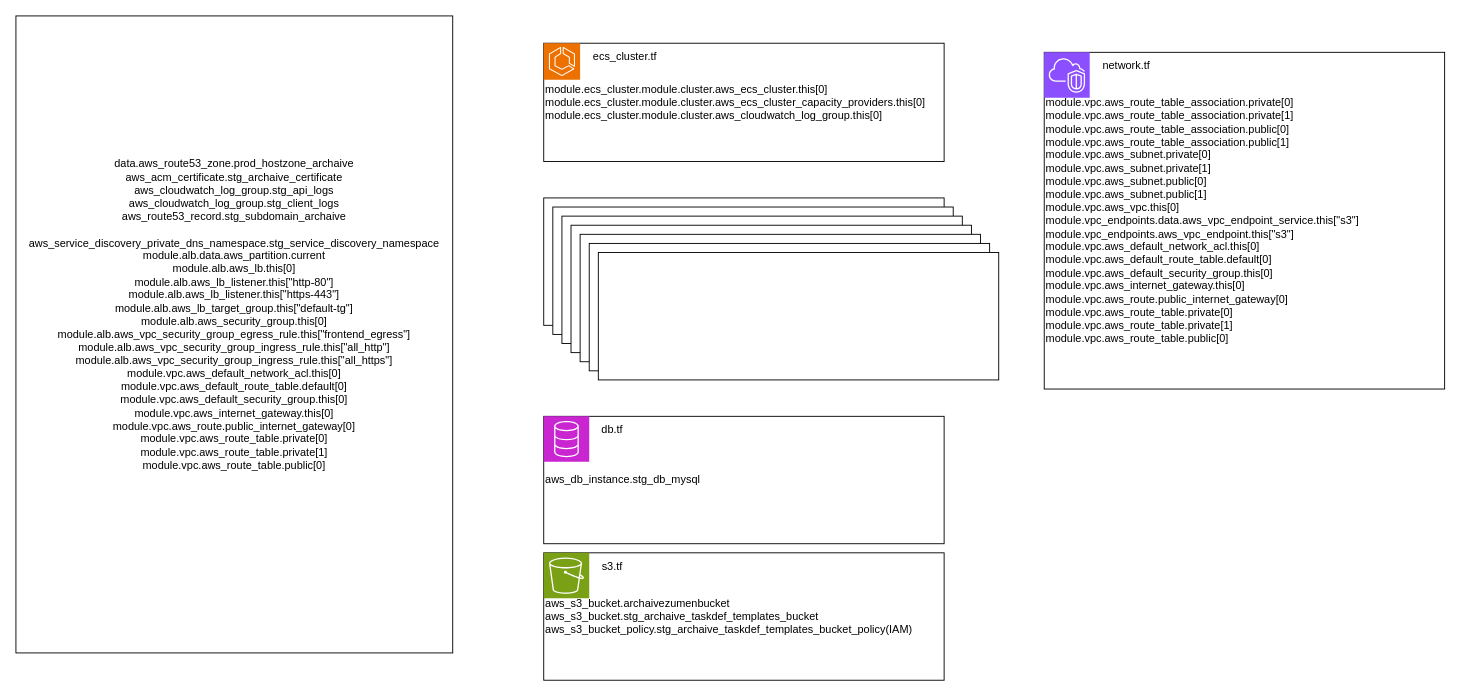
Above: リファクタリング.drawio in kaiseimima/diagram (draw.io), before the change. Source tidied: cells renumbered, new cells numbered last; positions are measured from the earlier drawing's top-left corner, leaving out a move shared by most shapes. Both pictures are drawn from the tidied source at 91%, with x=0, y=0 at pixel (15, 15).
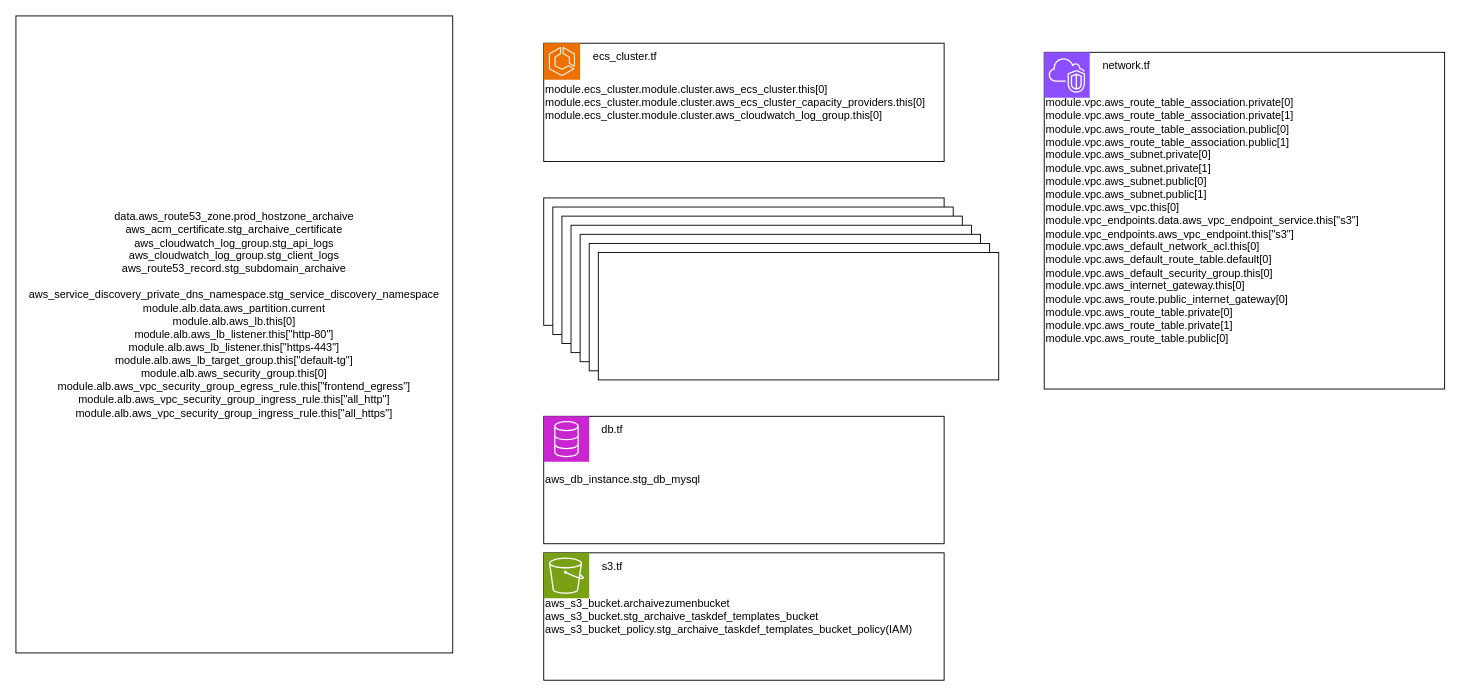
The same page after the edit.

Commit message (it also covers changes not shown here):
リファクタリング.drawio を更新します

Change to the diagram source:
```diff
@@
-    <mxCell id="2" value="data.aws_route53_zone.prod_hostzone_archaive&lt;br&gt;aws_acm_certificate.stg_archaive_certificate&lt;br&gt;aws_cloudwatch_log_group.stg_api_logs&lt;br&gt;aws_cloudwatch_log_group.stg_client_logs&lt;br&gt;aws_route53_record.stg_subdomain_archaive&lt;br&gt;&lt;br&gt;aws_service_discovery_private_dns_namespace.stg_service_discovery_namespace&lt;br&gt;module.alb.data.aws_partition.current&lt;br&gt;module.alb.aws_lb.this[0]&lt;br&gt;module.alb.aws_lb_listener.this[&quot;http-80&quot;]&lt;br&gt;module.alb.aws_lb_listener.this[&quot;https-443&quot;]&lt;br&gt;module.alb.aws_lb_target_group.this[&quot;default-tg&quot;]&lt;br&gt;module.alb.aws_security_group.this[0]&lt;br&gt;module.alb.aws_vpc_security_group_egress_rule.this[&quot;frontend_egress&quot;]&lt;br&gt;module.alb.aws_vpc_security_group_ingress_rule.this[&quot;all_http&quot;]&lt;br&gt;module.alb.aws_vpc_security_group_ingress_rule.this[&quot;all_https&quot;]&lt;br&gt;module.vpc.aws_default_network_acl.this[0]&lt;br&gt;module.vpc.aws_default_route_table.default[0]&lt;br&gt;module.vpc.aws_default_security_group.this[0]&lt;br&gt;module.vpc.aws_internet_gateway.this[0]&lt;br&gt;module.vpc.aws_route.public_internet_gateway[0]&lt;br&gt;module.vpc.aws_route_table.private[0]&lt;br&gt;module.vpc.aws_route_table.private[1]&lt;br&gt;module.vpc.aws_route_table.public[0]&lt;br&gt;&lt;br&gt;&lt;br&gt;&lt;div&gt;&lt;br&gt;&lt;/div&gt;" style="rounded=0;whiteSpace=wrap;html=1;" parent="1" vertex="1">
+    <mxCell id="2" value="data.aws_route53_zone.prod_hostzone_archaive&lt;br&gt;aws_acm_certificate.stg_archaive_certificate&lt;br&gt;aws_cloudwatch_log_group.stg_api_logs&lt;br&gt;aws_cloudwatch_log_group.stg_client_logs&lt;br&gt;aws_route53_record.stg_subdomain_archaive&lt;br&gt;&lt;br&gt;aws_service_discovery_private_dns_namespace.stg_service_discovery_namespace&lt;br&gt;module.alb.data.aws_partition.current&lt;br&gt;module.alb.aws_lb.this[0]&lt;br&gt;module.alb.aws_lb_listener.this[&quot;http-80&quot;]&lt;br&gt;module.alb.aws_lb_listener.this[&quot;https-443&quot;]&lt;br&gt;module.alb.aws_lb_target_group.this[&quot;default-tg&quot;]&lt;br&gt;module.alb.aws_security_group.this[0]&lt;br&gt;module.alb.aws_vpc_security_group_egress_rule.this[&quot;frontend_egress&quot;]&lt;br&gt;module.alb.aws_vpc_security_group_ingress_rule.this[&quot;all_http&quot;]&lt;br&gt;module.alb.aws_vpc_security_group_ingress_rule.this[&quot;all_https&quot;]&lt;br&gt;&lt;br&gt;&lt;br&gt;&lt;div&gt;&lt;br&gt;&lt;/div&gt;" style="rounded=0;whiteSpace=wrap;html=1;" parent="1" vertex="1">
       <mxGeometry width="480" height="700" as="geometry" />
     </mxCell>
```
